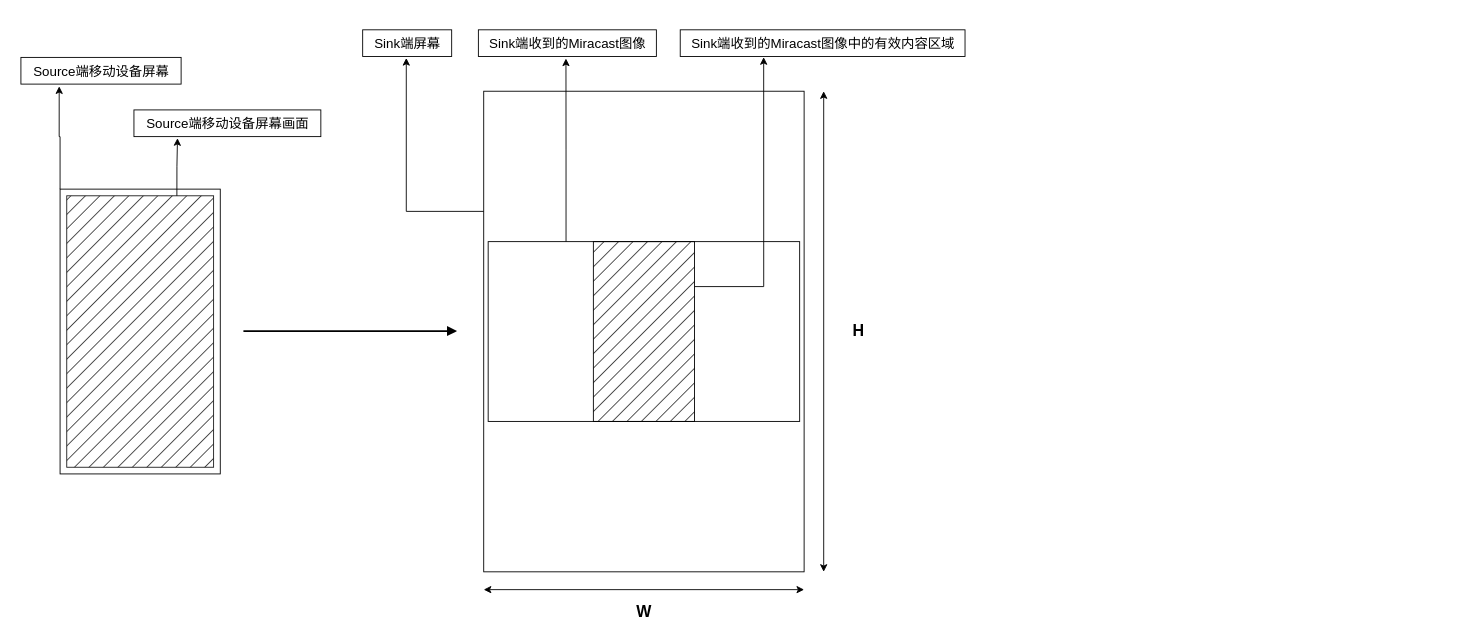
Earlier version of the draw.io diagram Miracast竖屏投屏竖屏.drawio (qjzh0603/drawio). Source tidied: cells renumbered, new cells numbered last; positions are measured from the earlier drawing's top-left corner, leaving out a move shared by most shapes. Both pictures are drawn from the tidied source at 89%, with x=0, y=0 at pixel (20, 29).
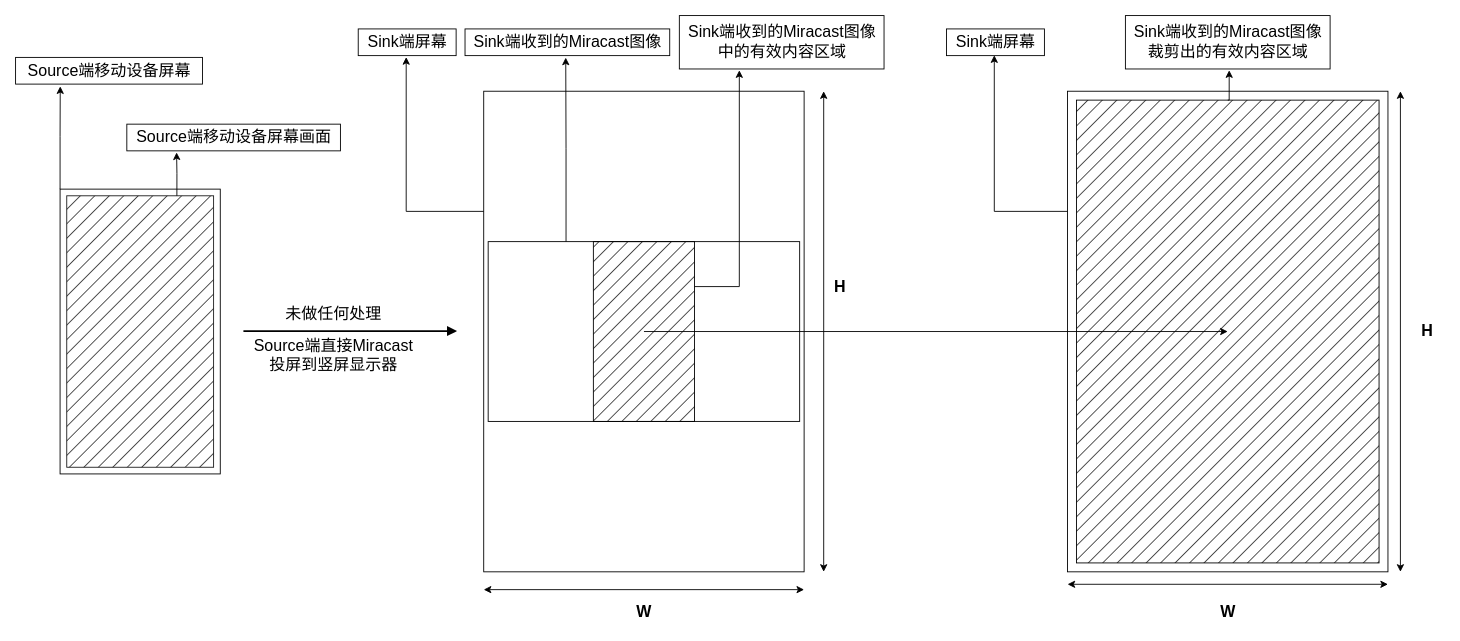
The same diagram, later.

Commit message:
更新Miracast竖屏投屏竖屏.drawio

Change to the diagram source:
```diff
@@
+    <mxCell id="23" style="edgeStyle=orthogonalEdgeStyle;rounded=0;jettySize=auto;html=1;exitX=0.5;exitY=0.5;exitDx=0;exitDy=0;exitPerimeter=0;entryX=0.5;entryY=0.5;entryDx=0;entryDy=0;entryPerimeter=0;fontSize=18;" parent="1" edge="1" source="11" target="29">
+      <mxGeometry relative="1" as="geometry" />
+    </mxCell>
-    <mxCell id="11" style="rounded=0;whiteSpace=wrap;html=1;fillColor=#000000;fillStyle=hatch;" parent="1" vertex="1">
+    <mxCell id="11" style="rounded=0;whiteSpace=wrap;html=1;fillColor=#000000;fillStyle=hatch;points=[[0,0,0,0,0],[0,0.25,0,0,0],[0,0.5,0,0,0],[0,0.75,0,0,0],[0,1,0,0,0],[0.25,0,0,0,0],[0.25,1,0,0,0],[0.5,0,0,0,0],[0.5,0.5,0,0,0],[0.5,1,0,0,0],[0.75,0,0,0,0],[0.75,1,0,0,0],[1,0,0,0,0],[1,0.25,0,0,0],[1,0.5,0,0,0],[1,0.75,0,0,0],[1,1,0,0,0]];" parent="1" vertex="1">
       <mxGeometry x="643.2" y="238" width="113.7" height="202" as="geometry" />
     </mxCell>
@@
     <mxCell id="15" value="H" style="text;html=1;align=center;verticalAlign=middle;strokeColor=none;fillColor=none;fontStyle=1;fontSize=18;" parent="1" vertex="1">
-      <mxGeometry x="921" y="324" width="40" height="30" as="geometry" />
+      <mxGeometry x="900" y="274" width="40" height="30" as="geometry" />
     </mxCell>
@@
-    <mxCell id="17" value="Source端移动设备屏幕" style="text;html=1;align=center;verticalAlign=middle;points=[];strokeColor=default;fillColor=none;fontSize=15;" parent="1" vertex="1">
-      <mxGeometry y="31" width="180" height="30" as="geometry" />
+    <mxCell id="17" value="Source端移动设备屏幕" style="text;html=1;align=center;verticalAlign=middle;points=[];strokeColor=default;fillColor=none;fontSize=18;" parent="1" vertex="1">
+      <mxGeometry x="-6" y="31" width="210" height="30" as="geometry" />
     </mxCell>
@@
-    <mxCell id="19" value="Source端移动设备屏幕画面" style="text;html=1;align=center;verticalAlign=middle;points=[];strokeColor=default;fillColor=none;fontSize=15;" parent="1" vertex="1">
-      <mxGeometry x="127" y="90" width="210" height="30" as="geometry" />
+    <mxCell id="19" value="Source端移动设备屏幕画面" style="text;html=1;align=center;verticalAlign=middle;points=[];strokeColor=default;fillColor=none;fontSize=18;" parent="1" vertex="1">
+      <mxGeometry x="119" y="106" width="240" height="30" as="geometry" />
     </mxCell>
-    <mxCell id="20" value="Sink端屏幕" style="text;html=1;align=center;verticalAlign=middle;points=[];strokeColor=default;fillColor=none;fontSize=15;" parent="1" vertex="1">
-      <mxGeometry x="384" width="100" height="30" as="geometry" />
+    <mxCell id="20" value="Sink端屏幕" style="text;html=1;align=center;verticalAlign=middle;points=[];strokeColor=default;fillColor=none;fontSize=18;" parent="1" vertex="1">
+      <mxGeometry x="379" y="-1" width="110" height="30" as="geometry" />
     </mxCell>
-    <mxCell id="21" value="Sink端收到的Miracast图像" style="text;html=1;align=center;verticalAlign=middle;points=[];strokeColor=default;fillColor=none;fontSize=15;" parent="1" vertex="1">
-      <mxGeometry x="514" width="200" height="30" as="geometry" />
+    <mxCell id="21" value="Sink端收到的Miracast图像" style="text;html=1;align=center;verticalAlign=middle;points=[];strokeColor=default;fillColor=none;fontSize=18;" parent="1" vertex="1">
+      <mxGeometry x="499" y="-1" width="230" height="30" as="geometry" />
     </mxCell>
-    <mxCell id="22" value="Sink端收到的Miracast图像中的有效内容区域" style="text;html=1;align=center;verticalAlign=middle;points=[];strokeColor=default;fillColor=none;fontSize=15;" parent="1" vertex="1">
-      <mxGeometry x="740.8" width="320" height="30" as="geometry" />
+    <mxCell id="22" value="Sink端收到的Miracast图像&lt;br&gt;中的有效内容区域" style="text;html=1;align=center;verticalAlign=middle;points=[];strokeColor=default;fillColor=none;fontSize=18;" parent="1" vertex="1">
+      <mxGeometry x="739.8" y="-16" width="230" height="60" as="geometry" />
     </mxCell>
+    <mxCell id="24" style="edgeStyle=orthogonalEdgeStyle;rounded=0;jettySize=auto;html=1;exitX=0;exitY=0.25;exitDx=0;exitDy=0;entryX=0.488;entryY=0.987;entryDx=0;entryDy=0;entryPerimeter=0;fontSize=18;" parent="1" edge="1" source="25" target="30">
+      <mxGeometry relative="1" as="geometry" />
+    </mxCell>
+    <mxCell id="25" style="rounded=0;whiteSpace=wrap;html=1;fillColor=none;" parent="1" vertex="1">
+      <mxGeometry x="1176" y="69" width="360" height="540" as="geometry" />
+    </mxCell>
+    <mxCell id="26" value="Source端直接Miracast&lt;br style=&quot;font-size: 18px;&quot;&gt;投屏到竖屏显示器" style="text;html=1;align=center;verticalAlign=middle;strokeColor=none;fillColor=none;fontSize=18;" parent="1" vertex="1">
+      <mxGeometry x="251" y="336" width="200" height="60" as="geometry" />
+    </mxCell>
+    <mxCell id="27" value="未做任何处理" style="text;html=1;align=center;verticalAlign=middle;strokeColor=none;fillColor=none;fontSize=18;" parent="1" vertex="1">
+      <mxGeometry x="286" y="304" width="130" height="30" as="geometry" />
+    </mxCell>
+    <mxCell id="28" style="edgeStyle=orthogonalEdgeStyle;rounded=0;jettySize=auto;html=1;exitX=0.5;exitY=0;exitDx=0;exitDy=0;exitPerimeter=0;fontSize=18;entryX=0.507;entryY=1.024;entryDx=0;entryDy=0;entryPerimeter=0;" parent="1" edge="1" source="29" target="35">
+      <mxGeometry relative="1" as="geometry" />
+    </mxCell>
+    <mxCell id="29" style="rounded=0;whiteSpace=wrap;html=1;fillColor=#000000;fillStyle=hatch;points=[[0,0,0,0,0],[0,0.25,0,0,0],[0,0.5,0,0,0],[0,0.75,0,0,0],[0,1,0,0,0],[0.25,0,0,0,0],[0.25,1,0,0,0],[0.5,0,0,0,0],[0.5,0.5,0,0,0],[0.5,1,0,0,0],[0.75,0,0,0,0],[0.75,1,0,0,0],[1,0,0,0,0],[1,0.25,0,0,0],[1,0.5,0,0,0],[1,0.75,0,0,0],[1,1,0,0,0]];" parent="1" vertex="1">
+      <mxGeometry x="1186" y="79" width="340" height="520" as="geometry" />
+    </mxCell>
+    <mxCell id="30" value="Sink端屏幕" style="text;html=1;align=center;verticalAlign=middle;points=[];strokeColor=default;fillColor=none;fontSize=18;" parent="1" vertex="1">
+      <mxGeometry x="1040" y="-1" width="110" height="30" as="geometry" />
+    </mxCell>
+    <mxCell id="31" style="endArrow=classic;startArrow=classic;html=1;rounded=0;" parent="1" edge="1">
+      <mxGeometry relative="1" as="geometry">
+        <mxPoint x="1550" y="609" as="sourcePoint" />
+        <mxPoint x="1550" y="69" as="targetPoint" />
+      </mxGeometry>
+    </mxCell>
+    <mxCell id="32" style="endArrow=classic;startArrow=classic;html=1;rounded=0;" parent="1" edge="1">
+      <mxGeometry relative="1" as="geometry">
+        <mxPoint x="1176" y="623" as="sourcePoint" />
+        <mxPoint x="1536" y="623" as="targetPoint" />
+      </mxGeometry>
+    </mxCell>
+    <mxCell id="33" value="W" style="text;html=1;align=center;verticalAlign=middle;strokeColor=none;fillColor=none;fontStyle=1;fontSize=18;" parent="1" vertex="1">
+      <mxGeometry x="1336" y="639" width="40" height="30" as="geometry" />
+    </mxCell>
+    <mxCell id="34" value="H" style="text;html=1;align=center;verticalAlign=middle;strokeColor=none;fillColor=none;fontStyle=1;fontSize=18;" parent="1" vertex="1">
+      <mxGeometry x="1560" y="324" width="40" height="30" as="geometry" />
+    </mxCell>
+    <mxCell id="35" value="Sink端收到的Miracast图像&lt;br&gt;裁剪出的有效内容区域" style="text;html=1;align=center;verticalAlign=middle;points=[];strokeColor=default;fillColor=none;fontSize=18;" parent="1" vertex="1">
+      <mxGeometry x="1241" y="-16" width="230" height="60" as="geometry" />
+    </mxCell>
```
